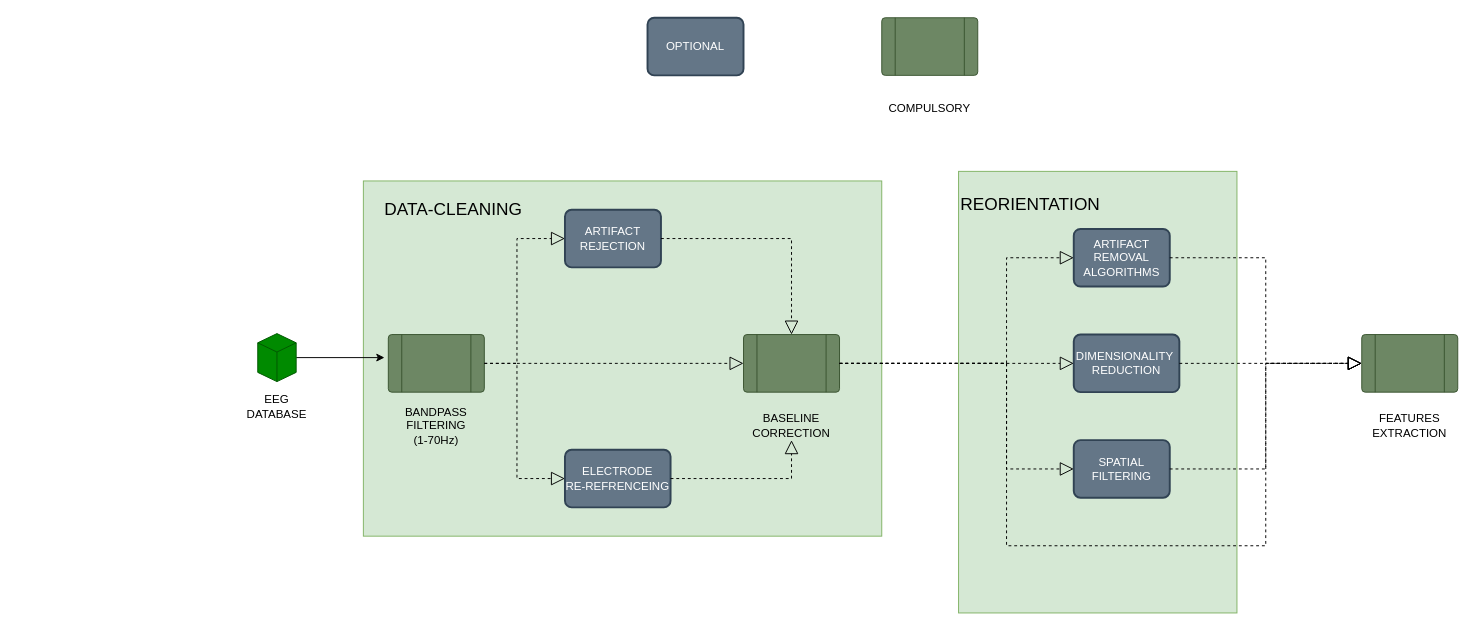
Before: images/technical/preprocessing.drawio in victorian177/MMN_SZ, a draw.io diagram. Source tidied: cells renumbered, new cells numbered last; positions are measured from the earlier drawing's top-left corner, leaving out a move shared by most shapes. Both pictures are drawn from the tidied source at 96%, with x=0, y=0 at pixel (248, 17).
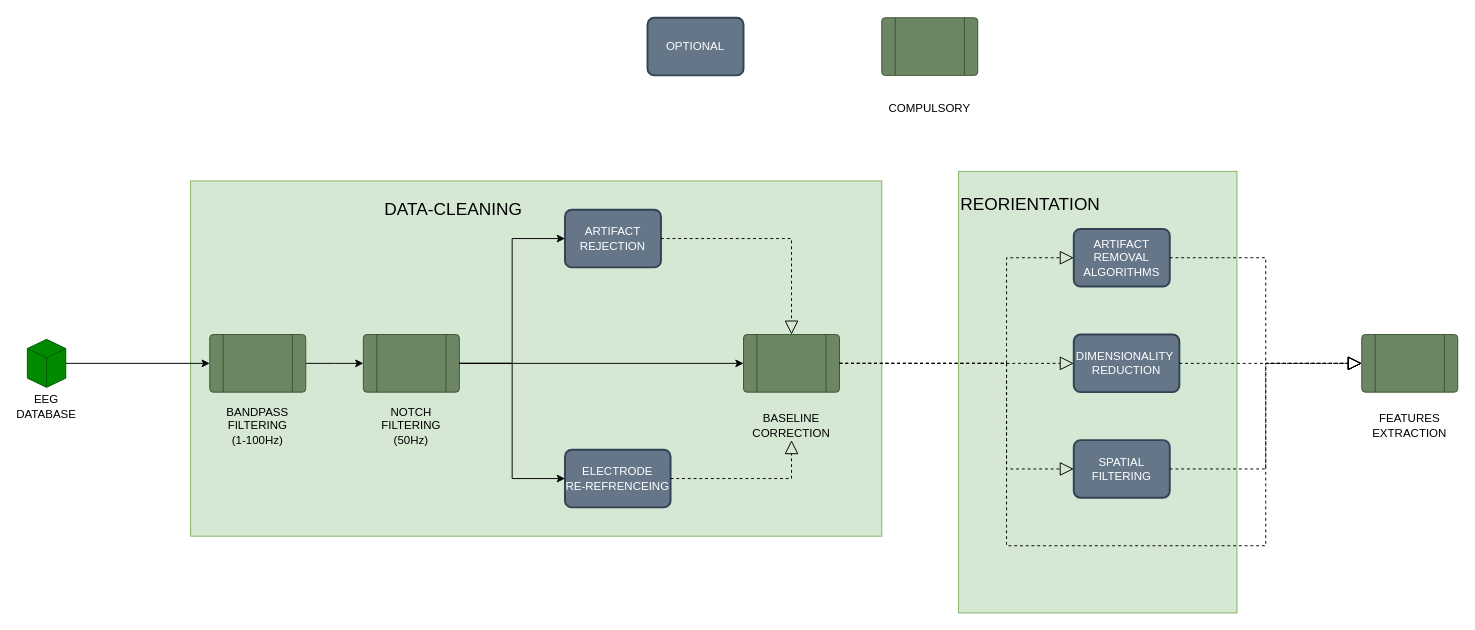
Above is the later version.

Unchanged cells that the change refers to:
```xml
<mxCell id="8" style="verticalLabelPosition=bottom;verticalAlign=top;html=1;shape=process;whiteSpace=wrap;rounded=1;size=0.14;arcSize=6;fillColor=#6d8764;fontColor=#ffffff;strokeColor=#3A5431;" parent="7" vertex="1">
  <mxGeometry width="100" height="60" as="geometry" />
</mxCell>
<mxCell id="10" value="ARTIFACT&lt;br&gt;REJECTION" style="rounded=1;whiteSpace=wrap;html=1;absoluteArcSize=1;arcSize=14;strokeWidth=2;fillColor=#647687;strokeColor=#314354;fontColor=#ffffff;" parent="1" vertex="1">
  <mxGeometry x="330" y="200" width="100" height="60" as="geometry" />
</mxCell>
<mxCell id="11" value="ELECTRODE&lt;br&gt;RE-REFRENCEING" style="rounded=1;whiteSpace=wrap;html=1;absoluteArcSize=1;arcSize=14;strokeWidth=2;fillColor=#647687;strokeColor=#314354;fontColor=#ffffff;" parent="1" vertex="1">
  <mxGeometry x="330" y="450" width="110" height="60" as="geometry" />
</mxCell>
<mxCell id="15" style="verticalLabelPosition=bottom;verticalAlign=top;html=1;shape=process;whiteSpace=wrap;rounded=1;size=0.14;arcSize=6;fillColor=#6d8764;fontColor=#ffffff;strokeColor=#3A5431;" parent="14" vertex="1">
  <mxGeometry width="100" height="60" as="geometry" />
</mxCell>
```

Diff of the diagram source:
```diff
@@
     <mxCell id="3" style="rounded=0;whiteSpace=wrap;html=1;fillColor=#d5e8d4;strokeColor=#82b366;" parent="1" vertex="1">
-      <mxGeometry x="120" y="170" width="540" height="370" as="geometry" />
+      <mxGeometry x="-60" y="170" width="720" height="370" as="geometry" />
     </mxCell>
-    <mxCell id="4" style="edgeStyle=orthogonalEdgeStyle;rounded=0;jettySize=auto;html=1;exitX=1;exitY=0.5;exitDx=0;exitDy=0;exitPerimeter=0;entryX=-0.04;entryY=0.4;entryDx=0;entryDy=0;entryPerimeter=0;" parent="1" edge="1" source="5" target="8">
+    <mxCell id="4" style="edgeStyle=orthogonalEdgeStyle;rounded=0;jettySize=auto;html=1;exitX=1;exitY=0.5;exitDx=0;exitDy=0;exitPerimeter=0;entryX=0;entryY=0.5;entryDx=0;entryDy=0;" parent="1" edge="1" source="5" target="8">
       <mxGeometry relative="1" as="geometry" />
     </mxCell>
     <mxCell id="5" style="html=1;shape=mxgraph.basic.isocube;isoAngle=15;fillColor=#008a00;strokeColor=#005700;fontColor=#ffffff;" parent="1" vertex="1">
-      <mxGeometry x="10" y="329" width="40" height="50" as="geometry" />
+      <mxGeometry x="-230" y="335" width="40" height="50" as="geometry" />
     </mxCell>
     <mxCell id="6" value="EEG DATABASE" style="text;html=1;strokeColor=none;fillColor=none;align=center;verticalAlign=middle;whiteSpace=wrap;rounded=0;" parent="1" vertex="1">
-      <mxGeometry y="390" width="60" height="30" as="geometry" />
+      <mxGeometry x="-240" y="390" width="60" height="30" as="geometry" />
     </mxCell>
     <mxCell id="7" style="group;" parent="1" vertex="1">
-      <mxGeometry x="146" y="330" width="100" height="110" as="geometry" />
+      <mxGeometry x="-40" y="330" width="100" height="110" as="geometry" />
     </mxCell>
+    <mxCell id="39" style="edgeStyle=orthogonalEdgeStyle;rounded=0;jettySize=auto;html=1;exitX=1;exitY=0.5;exitDx=0;exitDy=0;" parent="7" edge="1" source="8">
+      <mxGeometry relative="1" as="geometry">
+        <mxPoint x="160" y="30" as="targetPoint" />
+      </mxGeometry>
+    </mxCell>
@@
-    <mxCell id="9" value="BANDPASS&lt;br&gt;FILTERING&lt;br&gt;(1-70Hz)" style="text;html=1;strokeColor=none;fillColor=none;align=center;verticalAlign=middle;whiteSpace=wrap;rounded=0;" parent="7" vertex="1">
+    <mxCell id="9" value="BANDPASS&lt;br&gt;FILTERING&lt;br&gt;(1-100Hz)" style="text;html=1;strokeColor=none;fillColor=none;align=center;verticalAlign=middle;whiteSpace=wrap;rounded=0;" parent="7" vertex="1">
       <mxGeometry x="20" y="80" width="60" height="30" as="geometry" />
     </mxCell>
@@
-    <mxCell id="12" style="endArrow=block;dashed=1;endFill=0;endSize=12;html=1;rounded=0;entryX=0;entryY=0.5;entryDx=0;entryDy=0;exitX=1;exitY=0.5;exitDx=0;exitDy=0;" parent="1" edge="1" source="8" target="10">
-      <mxGeometry relative="1" as="geometry">
-        <Array as="points">
-          <mxPoint x="280" y="360" />
-          <mxPoint x="280" y="230" />
-        </Array>
-      </mxGeometry>
-    </mxCell>
-    <mxCell id="13" style="endArrow=block;dashed=1;endFill=0;endSize=12;html=1;rounded=0;exitX=1;exitY=0.5;exitDx=0;exitDy=0;entryX=0;entryY=0.5;entryDx=0;entryDy=0;" parent="1" edge="1" source="8" target="11">
-      <mxGeometry relative="1" as="geometry">
-        <Array as="points">
-          <mxPoint x="280" y="360" />
-          <mxPoint x="280" y="480" />
-        </Array>
-      </mxGeometry>
-    </mxCell>
@@
-    <mxCell id="17" style="endArrow=block;dashed=1;endFill=0;endSize=12;html=1;rounded=0;entryX=0;entryY=0.5;entryDx=0;entryDy=0;" parent="1" edge="1" target="15">
-      <mxGeometry relative="1" as="geometry">
-        <mxPoint x="280" y="360" as="sourcePoint" />
-      </mxGeometry>
-    </mxCell>
@@
+    <mxCell id="40" style="group;" parent="1" vertex="1">
+      <mxGeometry x="120" y="330" width="100" height="110" as="geometry" />
+    </mxCell>
+    <mxCell id="41" style="verticalLabelPosition=bottom;verticalAlign=top;html=1;shape=process;whiteSpace=wrap;rounded=1;size=0.14;arcSize=6;fillColor=#6d8764;fontColor=#ffffff;strokeColor=#3A5431;" parent="40" vertex="1">
+      <mxGeometry width="100" height="60" as="geometry" />
+    </mxCell>
+    <mxCell id="42" value="NOTCH&lt;br&gt;FILTERING&lt;br&gt;(50Hz)" style="text;html=1;strokeColor=none;fillColor=none;align=center;verticalAlign=middle;whiteSpace=wrap;rounded=0;" parent="40" vertex="1">
+      <mxGeometry x="20" y="80" width="60" height="30" as="geometry" />
+    </mxCell>
+    <mxCell id="43" style="edgeStyle=orthogonalEdgeStyle;rounded=0;jettySize=auto;html=1;exitX=1;exitY=0.5;exitDx=0;exitDy=0;entryX=0;entryY=0.5;entryDx=0;entryDy=0;" parent="1" edge="1" source="41" target="15">
+      <mxGeometry relative="1" as="geometry" />
+    </mxCell>
+    <mxCell id="44" style="edgeStyle=orthogonalEdgeStyle;rounded=0;jettySize=auto;html=1;exitX=1;exitY=0.5;exitDx=0;exitDy=0;entryX=0;entryY=0.5;entryDx=0;entryDy=0;" parent="1" edge="1" source="41" target="10">
+      <mxGeometry relative="1" as="geometry" />
+    </mxCell>
+    <mxCell id="45" style="edgeStyle=orthogonalEdgeStyle;rounded=0;jettySize=auto;html=1;exitX=1;exitY=0.5;exitDx=0;exitDy=0;entryX=0;entryY=0.5;entryDx=0;entryDy=0;" parent="1" edge="1" source="41" target="11">
+      <mxGeometry relative="1" as="geometry" />
+    </mxCell>
```
